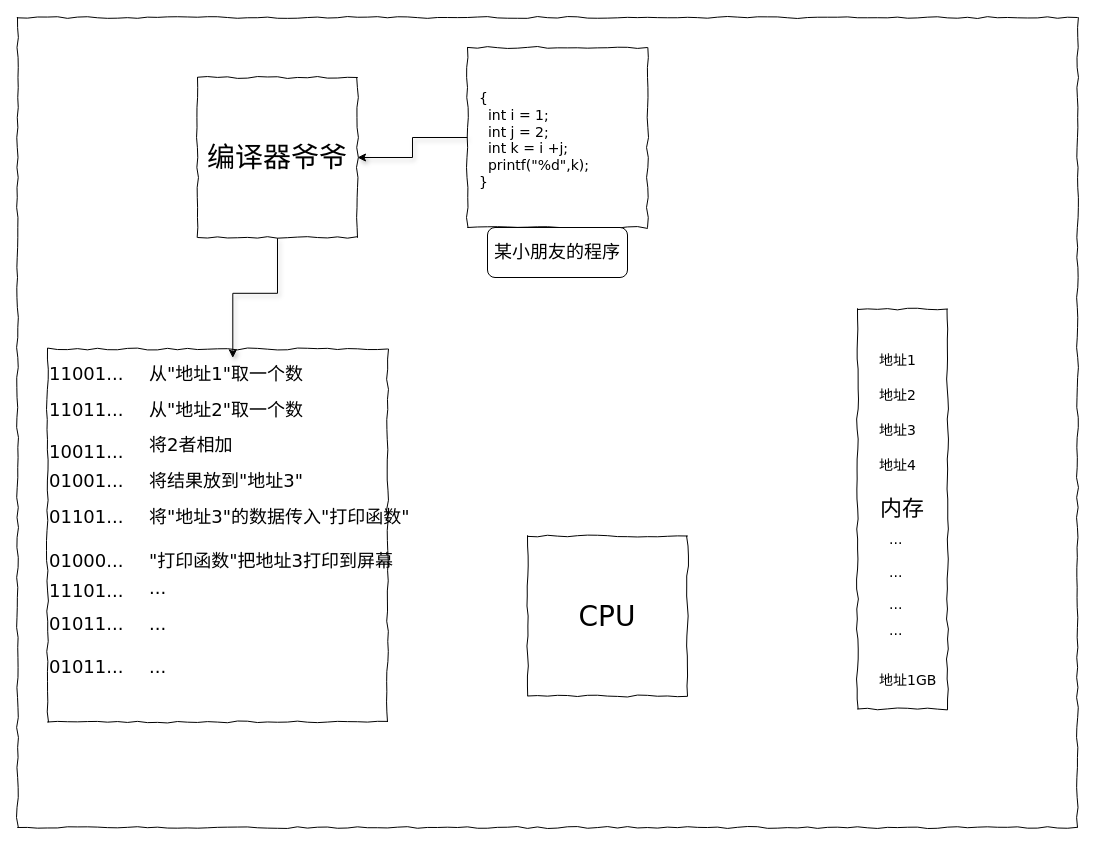
lqhnet/hello-world keeps this draw.io diagram as 执行指令.drawio. Above is the earlier version. Source tidied: cells renumbered, new cells numbered last; positions are measured from the earlier drawing's top-left corner, leaving out a move shared by most shapes. Both pictures are drawn from the tidied source at 100%, with x=0, y=0 at pixel (17, 17).
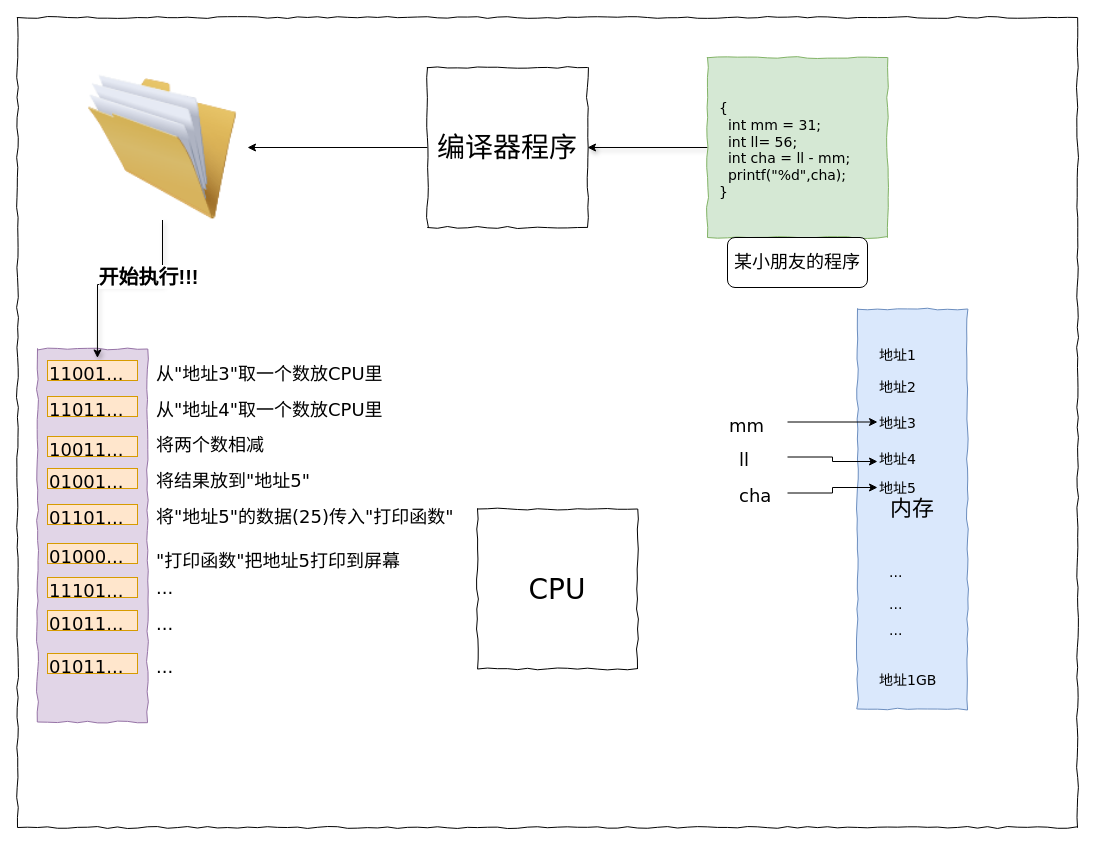
Above is the later version.

Change to the diagram source:
```diff
@@
-    <mxCell id="3" style="whiteSpace=wrap;html=1;rounded=0;shadow=0;labelBackgroundColor=none;strokeWidth=1;fillColor=none;fontFamily=Verdana;fontSize=12;align=center;comic=1;" parent="1" vertex="1">
-      <mxGeometry x="30" y="331.5" width="340" height="373" as="geometry" />
+    <mxCell id="3" style="whiteSpace=wrap;html=1;rounded=0;shadow=0;labelBackgroundColor=none;strokeWidth=1;fillColor=#e1d5e7;fontFamily=Verdana;fontSize=12;align=center;comic=1;strokeColor=#9673a6;" parent="1" vertex="1">
+      <mxGeometry x="20" y="331.5" width="110" height="373" as="geometry" />
     </mxCell>
-    <mxCell id="4" value="从&quot;地址1&quot;取一个数" style="text;html=1;align=left;verticalAlign=top;spacingTop=-4;fontSize=18;fontFamily=Verdana;" parent="1" vertex="1">
-      <mxGeometry x="130" y="343" width="170" height="20" as="geometry" />
+    <mxCell id="4" value="从&quot;地址3&quot;取一个数放CPU里" style="text;html=1;align=left;verticalAlign=top;spacingTop=-4;fontSize=18;fontFamily=Verdana;" parent="1" vertex="1">
+      <mxGeometry x="137" y="343" width="170" height="20" as="geometry" />
     </mxCell>
-    <mxCell id="5" value="从&quot;地址2&quot;取一个数" style="text;html=1;align=left;verticalAlign=top;spacingTop=-4;fontSize=18;fontFamily=Verdana;" parent="1" vertex="1">
-      <mxGeometry x="130" y="379" width="170" height="20" as="geometry" />
+    <mxCell id="5" value="从&quot;地址4&quot;取一个数放CPU里" style="text;html=1;align=left;verticalAlign=top;spacingTop=-4;fontSize=18;fontFamily=Verdana;" parent="1" vertex="1">
+      <mxGeometry x="137" y="379" width="170" height="20" as="geometry" />
     </mxCell>
-    <mxCell id="6" value="将2者相加" style="text;html=1;align=left;verticalAlign=top;spacingTop=-4;fontSize=18;fontFamily=Verdana;" parent="1" vertex="1">
-      <mxGeometry x="130" y="414" width="170" height="20" as="geometry" />
+    <mxCell id="6" value="将两个数相减" style="text;html=1;align=left;verticalAlign=top;spacingTop=-4;fontSize=18;fontFamily=Verdana;" parent="1" vertex="1">
+      <mxGeometry x="137" y="414" width="170" height="20" as="geometry" />
     </mxCell>
-    <mxCell id="7" value="将结果放到&quot;地址3&quot;" style="text;html=1;align=left;verticalAlign=top;spacingTop=-4;fontSize=18;fontFamily=Verdana;" parent="1" vertex="1">
-      <mxGeometry x="130" y="450" width="170" height="20" as="geometry" />
+    <mxCell id="7" value="将结果放到&quot;地址5&quot;" style="text;html=1;align=left;verticalAlign=top;spacingTop=-4;fontSize=18;fontFamily=Verdana;" parent="1" vertex="1">
+      <mxGeometry x="137" y="450" width="170" height="20" as="geometry" />
     </mxCell>
     <mxCell id="8" value="..." style="text;html=1;align=left;verticalAlign=top;spacingTop=-4;fontSize=18;fontFamily=Verdana;" parent="1" vertex="1">
-      <mxGeometry x="130" y="557" width="170" height="20" as="geometry" />
+      <mxGeometry x="137" y="557" width="170" height="20" as="geometry" />
     </mxCell>
     <mxCell id="9" value="..." style="text;html=1;align=left;verticalAlign=top;spacingTop=-4;fontSize=18;fontFamily=Verdana;" parent="1" vertex="1">
-      <mxGeometry x="130" y="593" width="170" height="20" as="geometry" />
+      <mxGeometry x="137" y="593" width="170" height="20" as="geometry" />
     </mxCell>
     <mxCell id="10" value="..." style="text;html=1;align=left;verticalAlign=top;spacingTop=-4;fontSize=18;fontFamily=Verdana;" parent="1" vertex="1">
-      <mxGeometry x="130" y="636" width="170" height="20" as="geometry" />
+      <mxGeometry x="137" y="636" width="170" height="20" as="geometry" />
     </mxCell>
-    <mxCell id="11" value="将&quot;地址3&quot;的数据传入&quot;打印函数&quot;" style="text;html=1;align=left;verticalAlign=top;spacingTop=-4;fontSize=18;fontFamily=Verdana;" parent="1" vertex="1">
-      <mxGeometry x="130" y="486" width="170" height="20" as="geometry" />
+    <mxCell id="11" value="将&quot;地址5&quot;的数据(25)传入&quot;打印函数&quot;" style="text;html=1;align=left;verticalAlign=top;spacingTop=-4;fontSize=18;fontFamily=Verdana;" parent="1" vertex="1">
+      <mxGeometry x="137" y="486" width="170" height="20" as="geometry" />
     </mxCell>
-    <mxCell id="12" value="&lt;font style=&quot;font-size: 22px&quot;&gt;内存&lt;/font&gt;" style="whiteSpace=wrap;html=1;rounded=0;shadow=0;labelBackgroundColor=none;strokeWidth=1;fillColor=none;fontFamily=Verdana;fontSize=12;align=center;comic=1;" parent="1" vertex="1">
-      <mxGeometry x="840" y="291.5" width="90" height="400" as="geometry" />
+    <mxCell id="12" value="&lt;font style=&quot;font-size: 22px&quot;&gt;内存&lt;/font&gt;" style="whiteSpace=wrap;html=1;rounded=0;shadow=0;labelBackgroundColor=none;strokeWidth=1;fillColor=#dae8fc;fontFamily=Verdana;fontSize=12;align=center;comic=1;strokeColor=#6c8ebf;" parent="1" vertex="1">
+      <mxGeometry x="840" y="291.5" width="110" height="400" as="geometry" />
     </mxCell>
     <mxCell id="13" value="地址1" style="text;html=1;align=left;verticalAlign=top;spacingTop=-4;fontSize=14;fontFamily=Verdana;" parent="1" vertex="1">
-      <mxGeometry x="860" y="331.5" width="70" height="20" as="geometry" />
+      <mxGeometry x="860" y="326.5" width="70" height="20" as="geometry" />
     </mxCell>
     <mxCell id="14" value="地址2" style="text;html=1;align=left;verticalAlign=top;spacingTop=-4;fontSize=14;fontFamily=Verdana;" parent="1" vertex="1">
-      <mxGeometry x="860" y="366.5" width="70" height="20" as="geometry" />
+      <mxGeometry x="860" y="358.5" width="70" height="20" as="geometry" />
     </mxCell>
     <mxCell id="15" value="地址3" style="text;html=1;points=[];align=left;verticalAlign=top;spacingTop=-4;fontSize=14;fontFamily=Verdana;" parent="1" vertex="1">
-      <mxGeometry x="860" y="401.5" width="70" height="20" as="geometry" />
+      <mxGeometry x="860" y="394.5" width="70" height="20" as="geometry" />
     </mxCell>
     <mxCell id="16" value="地址4" style="text;html=1;points=[];align=left;verticalAlign=top;spacingTop=-4;fontSize=14;fontFamily=Verdana;" parent="1" vertex="1">
-      <mxGeometry x="860" y="436.5" width="60" height="20" as="geometry" />
+      <mxGeometry x="860" y="430.5" width="60" height="20" as="geometry" />
     </mxCell>
@@
-    <mxCell id="18" value="..." style="text;html=1;points=[];align=left;verticalAlign=top;spacingTop=-4;fontSize=14;fontFamily=Verdana;" parent="1" vertex="1">
-      <mxGeometry x="870" y="510.5" width="40" height="20" as="geometry" />
+    <mxCell id="18" value="地址5" style="text;html=1;points=[];align=left;verticalAlign=top;spacingTop=-4;fontSize=14;fontFamily=Verdana;" parent="1" vertex="1">
+      <mxGeometry x="860" y="460" width="40" height="20" as="geometry" />
     </mxCell>
@@
     <mxCell id="22" value="CPU" style="whiteSpace=wrap;html=1;rounded=0;shadow=0;labelBackgroundColor=none;strokeWidth=1;fontFamily=Verdana;fontSize=28;align=center;comic=1;" parent="1" vertex="1">
-      <mxGeometry x="510" y="518.5" width="160" height="160" as="geometry" />
+      <mxGeometry x="460" y="491.5" width="160" height="160" as="geometry" />
     </mxCell>
@@
-    <mxCell id="24" style="whiteSpace=wrap;html=1;rounded=0;shadow=0;labelBackgroundColor=none;strokeWidth=1;fillColor=none;fontFamily=Verdana;fontSize=12;align=center;comic=1;" parent="1" vertex="1">
-      <mxGeometry x="450" y="30" width="180" height="180" as="geometry" />
+    <mxCell id="24" style="whiteSpace=wrap;html=1;rounded=0;shadow=0;labelBackgroundColor=none;strokeWidth=1;fillColor=#d5e8d4;fontFamily=Verdana;fontSize=12;align=center;comic=1;strokeColor=#82b366;" parent="1" vertex="1">
+      <mxGeometry x="690" y="40" width="180" height="180" as="geometry" />
     </mxCell>
-    <mxCell id="25" value="{&lt;br&gt;&amp;nbsp; int i = 1;&lt;br&gt;&amp;nbsp; int j = 2;&lt;br&gt;&amp;nbsp; int k = i +j;&lt;br&gt;&amp;nbsp; printf(&quot;%d&quot;,k);&lt;br&gt;}" style="text;html=1;align=left;verticalAlign=top;spacingTop=-4;fontSize=14;fontFamily=Verdana;" parent="1" vertex="1">
-      <mxGeometry x="460" y="70" width="160" height="90" as="geometry" />
+    <mxCell id="25" value="{&lt;br&gt;&amp;nbsp; int mm = 31;&lt;br&gt;&amp;nbsp; int ll= 56;&lt;br&gt;&amp;nbsp; int cha = ll - mm;&lt;br&gt;&amp;nbsp; printf(&quot;%d&quot;,cha);&lt;br&gt;}" style="text;html=1;align=left;verticalAlign=top;spacingTop=-4;fontSize=14;fontFamily=Verdana;" parent="1" vertex="1">
+      <mxGeometry x="700" y="80" width="160" height="90" as="geometry" />
     </mxCell>
-    <mxCell id="26" style="edgeStyle=orthogonalEdgeStyle;rounded=0;jettySize=auto;html=1;exitX=0.5;exitY=1;exitDx=0;exitDy=0;entryX=0.545;entryY=0.024;entryDx=0;entryDy=0;entryPerimeter=0;shadow=1;" parent="1" edge="1" source="27" target="3">
+    <mxCell id="26" style="edgeStyle=orthogonalEdgeStyle;rounded=0;jettySize=auto;html=1;entryX=0.545;entryY=0.024;entryDx=0;entryDy=0;entryPerimeter=0;shadow=1;" parent="1" edge="1" source="47" target="3">
       <mxGeometry relative="1" as="geometry" />
     </mxCell>
+    <mxCell id="39" value="&lt;b&gt;&lt;font style=&quot;font-size: 20px&quot;&gt;开始执行!!!&lt;/font&gt;&lt;/b&gt;" style="text;html=1;align=center;verticalAlign=middle;labelBackgroundColor=#ffffff;" parent="26" vertex="1">
+      <mxGeometry x="-0.45" y="-15" relative="1" as="geometry" />
+    </mxCell>
+    <mxCell id="40" style="edgeStyle=orthogonalEdgeStyle;rounded=0;jettySize=auto;html=1;" parent="1" edge="1" source="27" target="47">
+      <mxGeometry relative="1" as="geometry" />
+    </mxCell>
-    <mxCell id="27" value="编译器爷爷" style="whiteSpace=wrap;html=1;rounded=0;shadow=0;labelBackgroundColor=none;strokeWidth=1;fontFamily=Verdana;fontSize=28;align=center;comic=1;" parent="1" vertex="1">
-      <mxGeometry x="180" y="60" width="160" height="160" as="geometry" />
+    <mxCell id="27" value="编译器程序" style="whiteSpace=wrap;html=1;rounded=0;shadow=0;labelBackgroundColor=none;strokeWidth=1;fontFamily=Verdana;fontSize=28;align=center;comic=1;" parent="1" vertex="1">
+      <mxGeometry x="410" y="50" width="160" height="160" as="geometry" />
     </mxCell>
-    <mxCell id="28" value="&quot;打印函数&quot;把地址3打印到屏幕" style="text;html=1;align=left;verticalAlign=top;spacingTop=-4;fontSize=18;fontFamily=Verdana;" parent="1" vertex="1">
-      <mxGeometry x="130" y="530" width="170" height="20" as="geometry" />
+    <mxCell id="28" value="&quot;打印函数&quot;把地址5打印到屏幕" style="text;html=1;align=left;verticalAlign=top;spacingTop=-4;fontSize=18;fontFamily=Verdana;" parent="1" vertex="1">
+      <mxGeometry x="137" y="530" width="170" height="20" as="geometry" />
     </mxCell>
-    <mxCell id="29" value="11001..." style="text;html=1;align=left;verticalAlign=top;spacingTop=-4;fontSize=18;fontFamily=Verdana;" parent="1" vertex="1">
+    <mxCell id="29" value="11001..." style="text;html=1;align=left;verticalAlign=top;spacingTop=-4;fontSize=18;fontFamily=Verdana;fillColor=#ffe6cc;strokeColor=#d79b00;" parent="1" vertex="1">
       <mxGeometry x="30" y="343" width="90" height="20" as="geometry" />
     </mxCell>
-    <mxCell id="30" value="11011..." style="text;html=1;align=left;verticalAlign=top;spacingTop=-4;fontSize=18;fontFamily=Verdana;" parent="1" vertex="1">
+    <mxCell id="30" value="11011..." style="text;html=1;align=left;verticalAlign=top;spacingTop=-4;fontSize=18;fontFamily=Verdana;fillColor=#ffe6cc;strokeColor=#d79b00;" parent="1" vertex="1">
       <mxGeometry x="30" y="379" width="90" height="20" as="geometry" />
     </mxCell>
-    <mxCell id="31" value="10011..." style="text;html=1;align=left;verticalAlign=top;spacingTop=-4;fontSize=18;fontFamily=Verdana;" parent="1" vertex="1">
-      <mxGeometry x="30" y="421" width="90" height="20" as="geometry" />
+    <mxCell id="31" value="10011..." style="text;html=1;align=left;verticalAlign=top;spacingTop=-4;fontSize=18;fontFamily=Verdana;fillColor=#ffe6cc;strokeColor=#d79b00;" parent="1" vertex="1">
+      <mxGeometry x="30" y="419" width="90" height="20" as="geometry" />
     </mxCell>
-    <mxCell id="32" value="01001..." style="text;html=1;align=left;verticalAlign=top;spacingTop=-4;fontSize=18;fontFamily=Verdana;" parent="1" vertex="1">
-      <mxGeometry x="30" y="450" width="90" height="20" as="geometry" />
+    <mxCell id="32" value="01001..." style="text;html=1;align=left;verticalAlign=top;spacingTop=-4;fontSize=18;fontFamily=Verdana;fillColor=#ffe6cc;strokeColor=#d79b00;" parent="1" vertex="1">
+      <mxGeometry x="30" y="451" width="90" height="20" as="geometry" />
     </mxCell>
-    <mxCell id="33" value="01101..." style="text;html=1;align=left;verticalAlign=top;spacingTop=-4;fontSize=18;fontFamily=Verdana;" parent="1" vertex="1">
-      <mxGeometry x="30" y="486" width="90" height="20" as="geometry" />
+    <mxCell id="33" value="01101..." style="text;html=1;align=left;verticalAlign=top;spacingTop=-4;fontSize=18;fontFamily=Verdana;fillColor=#ffe6cc;strokeColor=#d79b00;" parent="1" vertex="1">
+      <mxGeometry x="30" y="487" width="90" height="20" as="geometry" />
     </mxCell>
-    <mxCell id="34" value="01000..." style="text;html=1;align=left;verticalAlign=top;spacingTop=-4;fontSize=18;fontFamily=Verdana;" parent="1" vertex="1">
-      <mxGeometry x="30" y="530" width="90" height="20" as="geometry" />
+    <mxCell id="34" value="01000..." style="text;html=1;align=left;verticalAlign=top;spacingTop=-4;fontSize=18;fontFamily=Verdana;fillColor=#ffe6cc;strokeColor=#d79b00;" parent="1" vertex="1">
+      <mxGeometry x="30" y="526" width="90" height="20" as="geometry" />
     </mxCell>
-    <mxCell id="35" value="11101..." style="text;html=1;align=left;verticalAlign=top;spacingTop=-4;fontSize=18;fontFamily=Verdana;" parent="1" vertex="1">
+    <mxCell id="35" value="11101..." style="text;html=1;align=left;verticalAlign=top;spacingTop=-4;fontSize=18;fontFamily=Verdana;fillColor=#ffe6cc;strokeColor=#d79b00;" parent="1" vertex="1">
       <mxGeometry x="30" y="560" width="90" height="20" as="geometry" />
     </mxCell>
-    <mxCell id="36" value="01011..." style="text;html=1;align=left;verticalAlign=top;spacingTop=-4;fontSize=18;fontFamily=Verdana;" parent="1" vertex="1">
+    <mxCell id="36" value="01011..." style="text;html=1;align=left;verticalAlign=top;spacingTop=-4;fontSize=18;fontFamily=Verdana;fillColor=#ffe6cc;strokeColor=#d79b00;" parent="1" vertex="1">
       <mxGeometry x="30" y="593" width="90" height="20" as="geometry" />
     </mxCell>
-    <mxCell id="37" value="01011..." style="text;html=1;align=left;verticalAlign=top;spacingTop=-4;fontSize=18;fontFamily=Verdana;" parent="1" vertex="1">
+    <mxCell id="37" value="01011..." style="text;html=1;align=left;verticalAlign=top;spacingTop=-4;fontSize=18;fontFamily=Verdana;fillColor=#ffe6cc;strokeColor=#d79b00;" parent="1" vertex="1">
       <mxGeometry x="30" y="636" width="90" height="20" as="geometry" />
     </mxCell>
     <mxCell id="38" value="某小朋友的程序" style="rounded=1;whiteSpace=wrap;html=1;fontSize=18;" parent="1" vertex="1">
-      <mxGeometry x="470" y="210" width="140" height="50" as="geometry" />
+      <mxGeometry x="710" y="220" width="140" height="50" as="geometry" />
     </mxCell>
+    <mxCell id="41" style="edgeStyle=orthogonalEdgeStyle;rounded=0;jettySize=auto;html=1;" parent="1" edge="1" source="42" target="15">
+      <mxGeometry relative="1" as="geometry" />
+    </mxCell>
+    <mxCell id="42" value="mm" style="text;html=1;points=[];align=left;verticalAlign=top;spacingTop=-4;fontSize=18;fontFamily=Verdana;" parent="1" vertex="1">
+      <mxGeometry x="710" y="394.5" width="60" height="20" as="geometry" />
+    </mxCell>
+    <mxCell id="43" style="edgeStyle=orthogonalEdgeStyle;rounded=0;jettySize=auto;html=1;entryX=0;entryY=0.675;entryDx=0;entryDy=0;entryPerimeter=0;" parent="1" edge="1" source="44" target="16">
+      <mxGeometry relative="1" as="geometry" />
+    </mxCell>
+    <mxCell id="44" value="ll" style="text;html=1;points=[];align=left;verticalAlign=top;spacingTop=-4;fontSize=18;fontFamily=Verdana;" parent="1" vertex="1">
+      <mxGeometry x="720" y="429" width="50" height="21" as="geometry" />
+    </mxCell>
+    <mxCell id="45" style="edgeStyle=orthogonalEdgeStyle;rounded=0;jettySize=auto;html=1;" parent="1" edge="1" source="46" target="18">
+      <mxGeometry relative="1" as="geometry" />
+    </mxCell>
+    <mxCell id="46" value="cha" style="text;html=1;points=[];align=left;verticalAlign=top;spacingTop=-4;fontSize=18;fontFamily=Verdana;" parent="1" vertex="1">
+      <mxGeometry x="720" y="465" width="50" height="21" as="geometry" />
+    </mxCell>
+    <mxCell id="47" style="image;html=1;labelBackgroundColor=#ffffff;image=img/lib/clip_art/general/Full_Folder_128x128.png;" parent="1" vertex="1">
+      <mxGeometry x="60" y="57.5" width="170" height="145" as="geometry" />
+    </mxCell>
```
